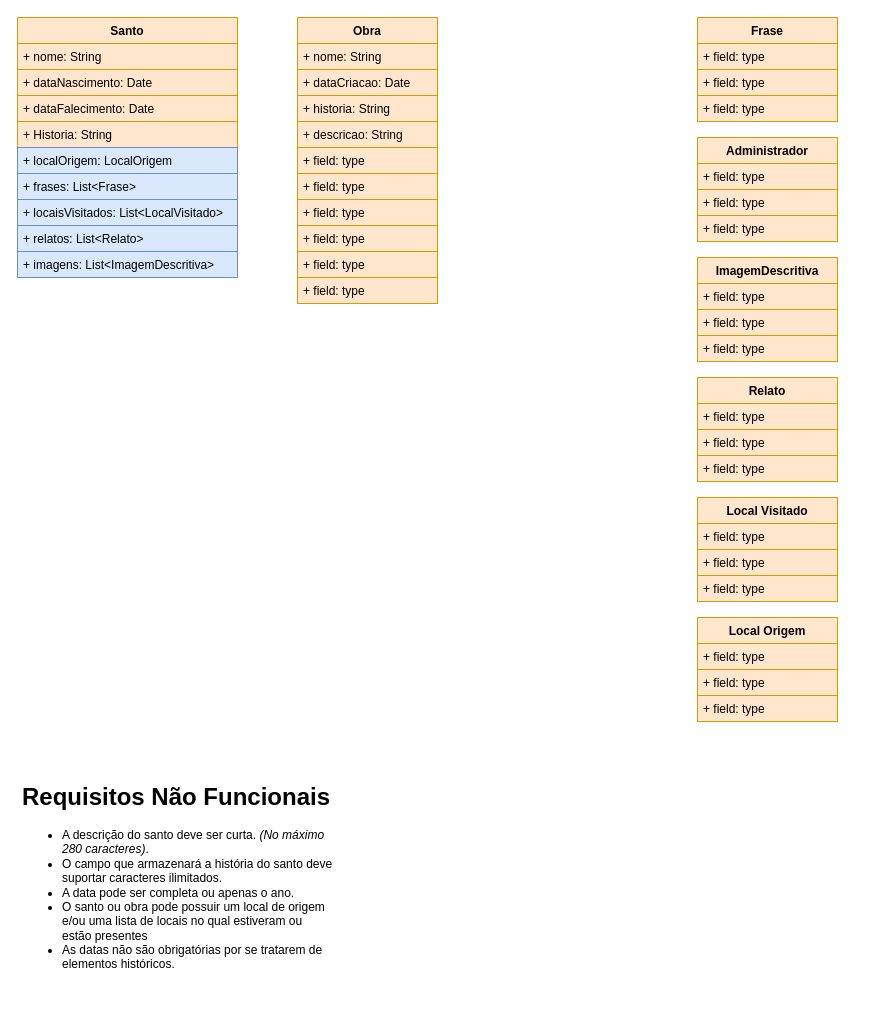
This is page "ClassDiagram" (2 of 2) of Documentation/Untitled Diagram.drawio from the-catholics/Saints-API, a draw.io file, before an edit. Source tidied: cells renumbered, new cells numbered last; positions are measured from the earlier drawing's top-left corner, leaving out a move shared by most shapes. Both pictures are drawn from the tidied source at 100%, with x=0, y=0 at pixel (17, 17).
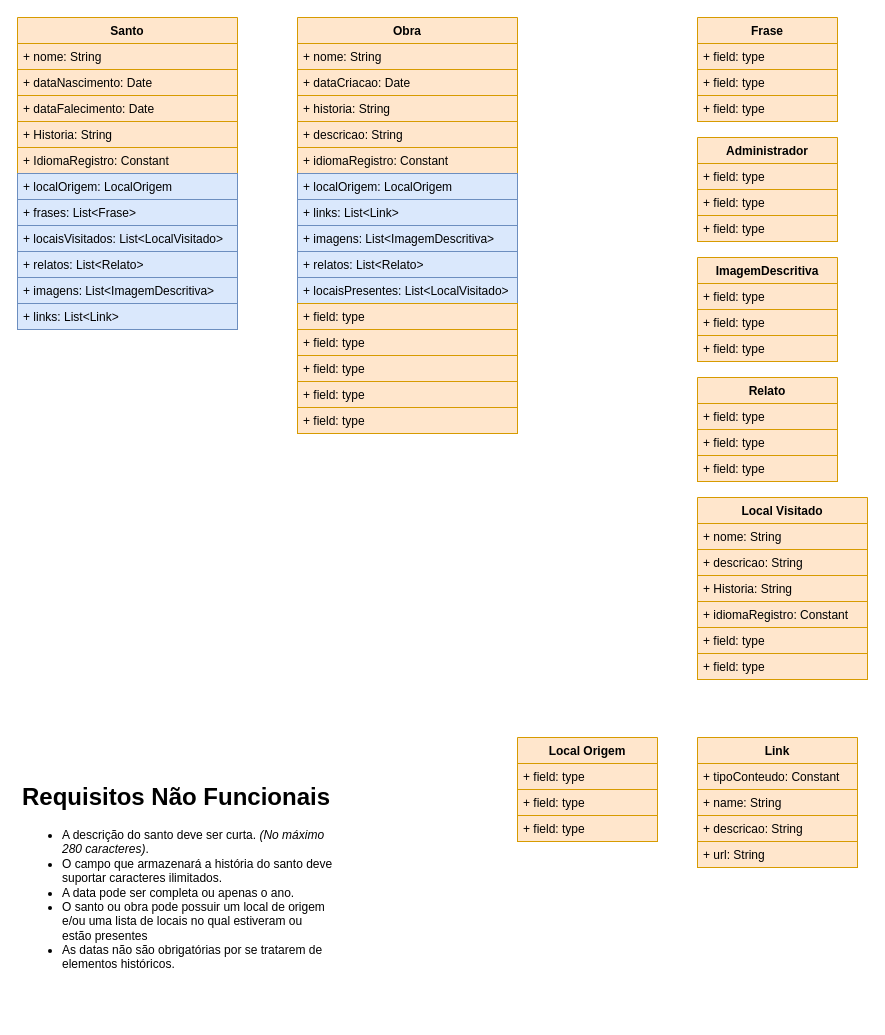
The same diagram, later.

The edit, as a diff of the source:
```diff
@@
     <mxCell id="6" value="Obra" style="swimlane;fontStyle=1;horizontal=1;startSize=26;fillColor=#ffe6cc;strokeColor=#d79b00;" parent="1" vertex="1">
-      <mxGeometry x="280" width="140" height="286" as="geometry" />
+      <mxGeometry x="280" width="220" height="416" as="geometry" />
     </mxCell>
     <mxCell id="7" value="+ nome: String" style="text;strokeColor=#d79b00;fillColor=#ffe6cc;align=left;verticalAlign=top;spacingLeft=4;spacingRight=4;overflow=hidden;" parent="6" vertex="1">
-      <mxGeometry y="26" width="140" height="26" as="geometry" />
+      <mxGeometry y="26" width="220" height="26" as="geometry" />
     </mxCell>
     <mxCell id="8" value="+ dataCriacao: Date" style="text;strokeColor=#d79b00;fillColor=#ffe6cc;align=left;verticalAlign=top;spacingLeft=4;spacingRight=4;overflow=hidden;" parent="6" vertex="1">
-      <mxGeometry y="52" width="140" height="26" as="geometry" />
+      <mxGeometry y="52" width="220" height="26" as="geometry" />
     </mxCell>
     <mxCell id="9" value="+ historia: String" style="text;strokeColor=#d79b00;fillColor=#ffe6cc;align=left;verticalAlign=top;spacingLeft=4;spacingRight=4;overflow=hidden;" parent="6" vertex="1">
-      <mxGeometry y="78" width="140" height="26" as="geometry" />
+      <mxGeometry y="78" width="220" height="26" as="geometry" />
     </mxCell>
     <mxCell id="10" value="+ descricao: String" style="text;strokeColor=#d79b00;fillColor=#ffe6cc;align=left;verticalAlign=top;spacingLeft=4;spacingRight=4;overflow=hidden;" parent="6" vertex="1">
-      <mxGeometry y="104" width="140" height="26" as="geometry" />
+      <mxGeometry y="104" width="220" height="26" as="geometry" />
     </mxCell>
-    <mxCell id="11" value="+ field: type" style="text;strokeColor=#d79b00;fillColor=#ffe6cc;align=left;verticalAlign=top;spacingLeft=4;spacingRight=4;overflow=hidden;" parent="6" vertex="1">
-      <mxGeometry y="130" width="140" height="26" as="geometry" />
+    <mxCell id="11" value="+ idiomaRegistro: Constant" style="text;strokeColor=#d79b00;fillColor=#ffe6cc;align=left;verticalAlign=top;spacingLeft=4;spacingRight=4;overflow=hidden;" parent="6" vertex="1">
+      <mxGeometry y="130" width="220" height="26" as="geometry" />
     </mxCell>
+    <mxCell id="48" value="+ localOrigem: LocalOrigem" style="text;strokeColor=#6c8ebf;fillColor=#dae8fc;align=left;verticalAlign=top;spacingLeft=4;spacingRight=4;overflow=hidden;" parent="6" vertex="1">
+      <mxGeometry y="156" width="220" height="26" as="geometry" />
+    </mxCell>
+    <mxCell id="49" value="+ links: List&lt;Link&gt;" style="text;strokeColor=#6c8ebf;fillColor=#dae8fc;align=left;verticalAlign=top;spacingLeft=4;spacingRight=4;overflow=hidden;" parent="6" vertex="1">
+      <mxGeometry y="182" width="220" height="26" as="geometry" />
+    </mxCell>
+    <mxCell id="50" value="+ imagens: List&lt;ImagemDescritiva&gt;" style="text;strokeColor=#6c8ebf;fillColor=#dae8fc;align=left;verticalAlign=top;spacingLeft=4;spacingRight=4;overflow=hidden;" parent="6" vertex="1">
+      <mxGeometry y="208" width="220" height="26" as="geometry" />
+    </mxCell>
+    <mxCell id="51" value="+ relatos: List&lt;Relato&gt;" style="text;strokeColor=#6c8ebf;fillColor=#dae8fc;align=left;verticalAlign=top;spacingLeft=4;spacingRight=4;overflow=hidden;" parent="6" vertex="1">
+      <mxGeometry y="234" width="220" height="26" as="geometry" />
+    </mxCell>
+    <mxCell id="52" value="+ locaisPresentes: List&lt;LocalVisitado&gt;" style="text;strokeColor=#6c8ebf;fillColor=#dae8fc;align=left;verticalAlign=top;spacingLeft=4;spacingRight=4;overflow=hidden;" parent="6" vertex="1">
+      <mxGeometry y="260" width="220" height="26" as="geometry" />
+    </mxCell>
     <mxCell id="12" value="+ field: type" style="text;strokeColor=#d79b00;fillColor=#ffe6cc;align=left;verticalAlign=top;spacingLeft=4;spacingRight=4;overflow=hidden;" parent="6" vertex="1">
-      <mxGeometry y="156" width="140" height="26" as="geometry" />
+      <mxGeometry y="286" width="220" height="26" as="geometry" />
     </mxCell>
     <mxCell id="13" value="+ field: type" style="text;strokeColor=#d79b00;fillColor=#ffe6cc;align=left;verticalAlign=top;spacingLeft=4;spacingRight=4;overflow=hidden;" parent="6" vertex="1">
-      <mxGeometry y="182" width="140" height="26" as="geometry" />
+      <mxGeometry y="312" width="220" height="26" as="geometry" />
     </mxCell>
     <mxCell id="14" value="+ field: type" style="text;strokeColor=#d79b00;fillColor=#ffe6cc;align=left;verticalAlign=top;spacingLeft=4;spacingRight=4;overflow=hidden;" parent="6" vertex="1">
-      <mxGeometry y="208" width="140" height="26" as="geometry" />
+      <mxGeometry y="338" width="220" height="26" as="geometry" />
     </mxCell>
     <mxCell id="15" value="+ field: type" style="text;strokeColor=#d79b00;fillColor=#ffe6cc;align=left;verticalAlign=top;spacingLeft=4;spacingRight=4;overflow=hidden;" parent="6" vertex="1">
-      <mxGeometry y="234" width="140" height="26" as="geometry" />
+      <mxGeometry y="364" width="220" height="26" as="geometry" />
     </mxCell>
     <mxCell id="16" value="+ field: type" style="text;strokeColor=#d79b00;fillColor=#ffe6cc;align=left;verticalAlign=top;spacingLeft=4;spacingRight=4;overflow=hidden;" parent="6" vertex="1">
-      <mxGeometry y="260" width="140" height="26" as="geometry" />
+      <mxGeometry y="390" width="220" height="26" as="geometry" />
     </mxCell>
     <mxCell id="17" value="Santo" style="swimlane;fontStyle=1;horizontal=1;startSize=26;fillColor=#ffe6cc;strokeColor=#d79b00;" parent="1" vertex="1">
-      <mxGeometry width="220" height="260" as="geometry" />
+      <mxGeometry width="220" height="312" as="geometry" />
     </mxCell>
@@
+    <mxCell id="53" value="+ IdiomaRegistro: Constant" style="text;strokeColor=#d79b00;fillColor=#ffe6cc;align=left;verticalAlign=top;spacingLeft=4;spacingRight=4;overflow=hidden;" parent="17" vertex="1">
+      <mxGeometry y="130" width="220" height="26" as="geometry" />
+    </mxCell>
     <mxCell id="22" value="+ localOrigem: LocalOrigem" style="text;strokeColor=#6c8ebf;fillColor=#dae8fc;align=left;verticalAlign=top;spacingLeft=4;spacingRight=4;overflow=hidden;" parent="17" vertex="1">
-      <mxGeometry y="130" width="220" height="26" as="geometry" />
+      <mxGeometry y="156" width="220" height="26" as="geometry" />
     </mxCell>
     <mxCell id="23" value="+ frases: List&lt;Frase&gt;" style="text;strokeColor=#6c8ebf;fillColor=#dae8fc;align=left;verticalAlign=top;spacingLeft=4;spacingRight=4;overflow=hidden;" parent="17" vertex="1">
-      <mxGeometry y="156" width="220" height="26" as="geometry" />
+      <mxGeometry y="182" width="220" height="26" as="geometry" />
     </mxCell>
     <mxCell id="24" value="+ locaisVisitados: List&lt;LocalVisitado&gt;" style="text;strokeColor=#6c8ebf;fillColor=#dae8fc;align=left;verticalAlign=top;spacingLeft=4;spacingRight=4;overflow=hidden;" parent="17" vertex="1">
-      <mxGeometry y="182" width="220" height="26" as="geometry" />
+      <mxGeometry y="208" width="220" height="26" as="geometry" />
     </mxCell>
     <mxCell id="25" value="+ relatos: List&lt;Relato&gt;" style="text;strokeColor=#6c8ebf;fillColor=#dae8fc;align=left;verticalAlign=top;spacingLeft=4;spacingRight=4;overflow=hidden;" parent="17" vertex="1">
-      <mxGeometry y="208" width="220" height="26" as="geometry" />
+      <mxGeometry y="234" width="220" height="26" as="geometry" />
     </mxCell>
     <mxCell id="26" value="+ imagens: List&lt;ImagemDescritiva&gt;" style="text;strokeColor=#6c8ebf;fillColor=#dae8fc;align=left;verticalAlign=top;spacingLeft=4;spacingRight=4;overflow=hidden;" parent="17" vertex="1">
-      <mxGeometry y="234" width="220" height="26" as="geometry" />
+      <mxGeometry y="260" width="220" height="26" as="geometry" />
     </mxCell>
+    <mxCell id="54" value="+ links: List&lt;Link&gt;" style="text;strokeColor=#6c8ebf;fillColor=#dae8fc;align=left;verticalAlign=top;spacingLeft=4;spacingRight=4;overflow=hidden;" parent="17" vertex="1">
+      <mxGeometry y="286" width="220" height="26" as="geometry" />
+    </mxCell>
@@
     <mxCell id="40" value="Local Visitado" style="swimlane;fontStyle=1;horizontal=1;startSize=26;fillColor=#ffe6cc;strokeColor=#d79b00;" parent="1" vertex="1">
-      <mxGeometry x="680" y="480" width="140" height="104" as="geometry" />
+      <mxGeometry x="680" y="480" width="170" height="182" as="geometry" />
     </mxCell>
-    <mxCell id="41" value="+ field: type" style="text;strokeColor=#d79b00;fillColor=#ffe6cc;align=left;verticalAlign=top;spacingLeft=4;spacingRight=4;overflow=hidden;" parent="40" vertex="1">
-      <mxGeometry y="26" width="140" height="26" as="geometry" />
+    <mxCell id="41" value="+ nome: String" style="text;strokeColor=#d79b00;fillColor=#ffe6cc;align=left;verticalAlign=top;spacingLeft=4;spacingRight=4;overflow=hidden;" parent="40" vertex="1">
+      <mxGeometry y="26" width="170" height="26" as="geometry" />
     </mxCell>
-    <mxCell id="42" value="+ field: type" style="text;strokeColor=#d79b00;fillColor=#ffe6cc;align=left;verticalAlign=top;spacingLeft=4;spacingRight=4;overflow=hidden;" parent="40" vertex="1">
-      <mxGeometry y="52" width="140" height="26" as="geometry" />
+    <mxCell id="42" value="+ descricao: String" style="text;strokeColor=#d79b00;fillColor=#ffe6cc;align=left;verticalAlign=top;spacingLeft=4;spacingRight=4;overflow=hidden;" parent="40" vertex="1">
+      <mxGeometry y="52" width="170" height="26" as="geometry" />
     </mxCell>
-    <mxCell id="43" value="+ field: type" style="text;strokeColor=#d79b00;fillColor=#ffe6cc;align=left;verticalAlign=top;spacingLeft=4;spacingRight=4;overflow=hidden;" parent="40" vertex="1">
-      <mxGeometry y="78" width="140" height="26" as="geometry" />
+    <mxCell id="43" value="+ Historia: String" style="text;strokeColor=#d79b00;fillColor=#ffe6cc;align=left;verticalAlign=top;spacingLeft=4;spacingRight=4;overflow=hidden;" parent="40" vertex="1">
+      <mxGeometry y="78" width="170" height="26" as="geometry" />
     </mxCell>
+    <mxCell id="55" value="+ idiomaRegistro: Constant" style="text;strokeColor=#d79b00;fillColor=#ffe6cc;align=left;verticalAlign=top;spacingLeft=4;spacingRight=4;overflow=hidden;" parent="40" vertex="1">
+      <mxGeometry y="104" width="170" height="26" as="geometry" />
+    </mxCell>
+    <mxCell id="56" value="+ field: type" style="text;strokeColor=#d79b00;fillColor=#ffe6cc;align=left;verticalAlign=top;spacingLeft=4;spacingRight=4;overflow=hidden;" parent="40" vertex="1">
+      <mxGeometry y="130" width="170" height="26" as="geometry" />
+    </mxCell>
+    <mxCell id="57" value="+ field: type" style="text;strokeColor=#d79b00;fillColor=#ffe6cc;align=left;verticalAlign=top;spacingLeft=4;spacingRight=4;overflow=hidden;" parent="40" vertex="1">
+      <mxGeometry y="156" width="170" height="26" as="geometry" />
+    </mxCell>
     <mxCell id="44" value="Local Origem" style="swimlane;fontStyle=1;horizontal=1;startSize=26;fillColor=#ffe6cc;strokeColor=#d79b00;" parent="1" vertex="1">
-      <mxGeometry x="680" y="600" width="140" height="104" as="geometry" />
+      <mxGeometry x="500" y="720" width="140" height="104" as="geometry" />
     </mxCell>
@@
+    <mxCell id="58" value="Link" style="swimlane;fontStyle=1;horizontal=1;startSize=26;fillColor=#ffe6cc;strokeColor=#d79b00;" parent="1" vertex="1">
+      <mxGeometry x="680" y="720" width="160" height="130" as="geometry" />
+    </mxCell>
+    <mxCell id="59" value="+ tipoConteudo: Constant" style="text;strokeColor=#d79b00;fillColor=#ffe6cc;align=left;verticalAlign=top;spacingLeft=4;spacingRight=4;overflow=hidden;" parent="58" vertex="1">
+      <mxGeometry y="26" width="160" height="26" as="geometry" />
+    </mxCell>
+    <mxCell id="60" value="+ name: String" style="text;strokeColor=#d79b00;fillColor=#ffe6cc;align=left;verticalAlign=top;spacingLeft=4;spacingRight=4;overflow=hidden;" parent="58" vertex="1">
+      <mxGeometry y="52" width="160" height="26" as="geometry" />
+    </mxCell>
+    <mxCell id="61" value="+ descricao: String" style="text;strokeColor=#d79b00;fillColor=#ffe6cc;align=left;verticalAlign=top;spacingLeft=4;spacingRight=4;overflow=hidden;" parent="58" vertex="1">
+      <mxGeometry y="78" width="160" height="26" as="geometry" />
+    </mxCell>
+    <mxCell id="62" value="+ url: String" style="text;strokeColor=#d79b00;fillColor=#ffe6cc;align=left;verticalAlign=top;spacingLeft=4;spacingRight=4;overflow=hidden;" parent="58" vertex="1">
+      <mxGeometry y="104" width="160" height="26" as="geometry" />
+    </mxCell>
```
